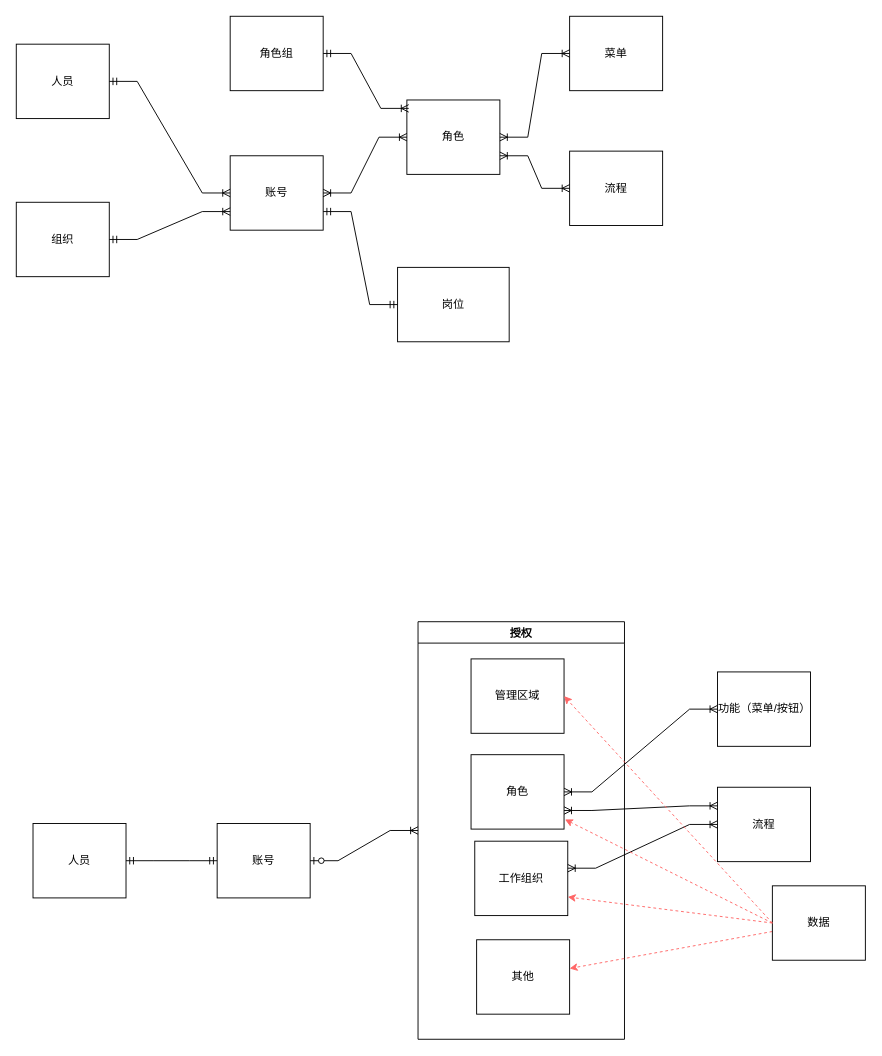
Above: page "当前4A角色模型" (3 of 7) of 4A基本数模型.drawio in 158698706/tt4a (draw.io), before the change. Source tidied: cells renumbered, new cells numbered last; positions are measured from the earlier drawing's top-left corner, leaving out a move shared by most shapes. Both pictures are drawn from the tidied source at 93%, with x=0, y=0 at pixel (16, 16).
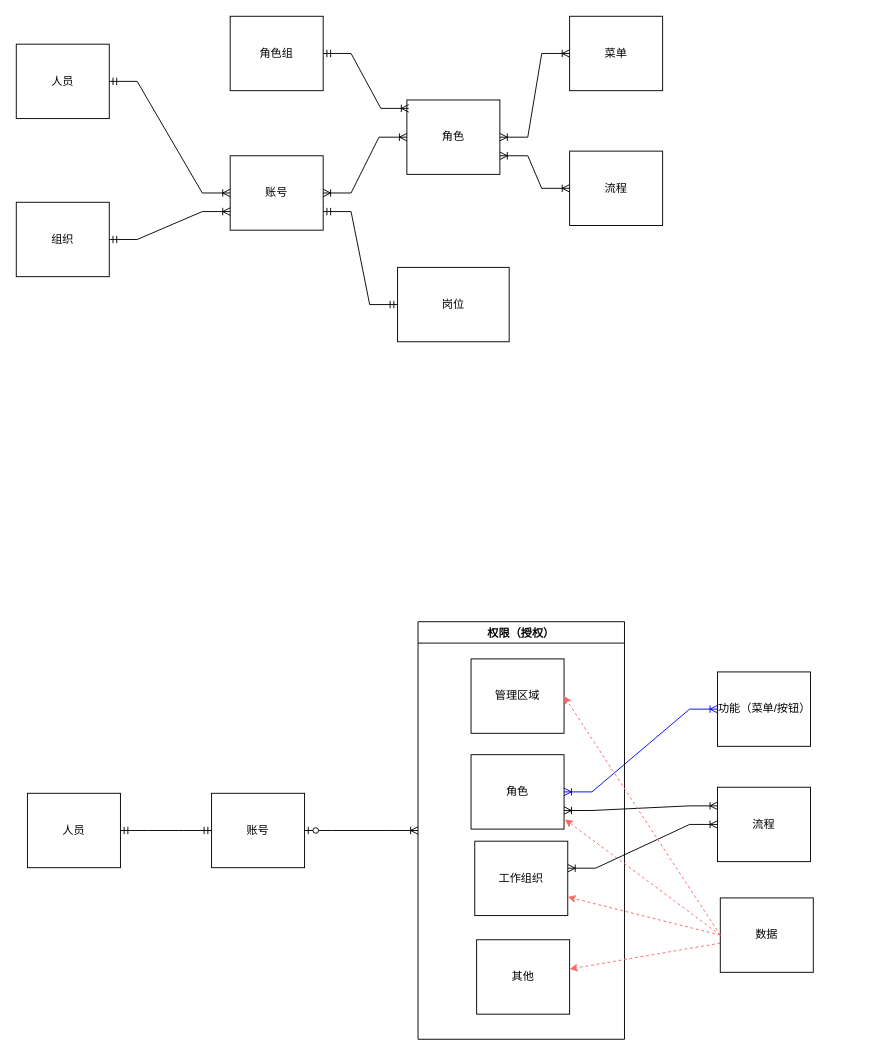
After the change.

Commit message:
更新4A基本数模型.drawio

The change refers to these unchanged cells:
```xml
<mxCell id="18" value="功能（菜单/按钮）" style="whiteSpace=wrap;html=1;align=center;" parent="1" vertex="1">
  <mxGeometry x="754" y="705" width="100" height="80" as="geometry" />
</mxCell>
<mxCell id="23" value="角色" style="whiteSpace=wrap;html=1;align=center;" parent="22" vertex="1">
  <mxGeometry x="57" y="143" width="100" height="80" as="geometry" />
</mxCell>
```

What changed in the source:
```diff
@@
     <mxCell id="17" value="账号" style="whiteSpace=wrap;html=1;align=center;" parent="1" vertex="1">
-      <mxGeometry x="216" y="868" width="100" height="80" as="geometry" />
+      <mxGeometry x="210" y="835.5" width="100" height="80" as="geometry" />
     </mxCell>
@@
-    <mxCell id="19" style="edgeStyle=entityRelationEdgeStyle;fontSize=12;html=1;endArrow=ERoneToMany;startArrow=ERoneToMany;rounded=0;exitX=1;exitY=0.5;exitDx=0;exitDy=0;entryX=0;entryY=0.5;entryDx=0;entryDy=0;" parent="1" edge="1" source="23" target="18">
+    <mxCell id="19" style="edgeStyle=entityRelationEdgeStyle;fontSize=12;html=1;endArrow=ERoneToMany;startArrow=ERoneToMany;rounded=0;exitX=1;exitY=0.5;exitDx=0;exitDy=0;entryX=0;entryY=0.5;entryDx=0;entryDy=0;strokeColor=#0000FF;" parent="1" edge="1" source="23" target="18">
       <mxGeometry relative="1" as="geometry" />
     </mxCell>
@@
-    <mxCell id="22" value="授权" style="swimlane;" parent="1" vertex="1">
+    <mxCell id="22" value="权限（授权）" style="swimlane;" parent="1" vertex="1">
       <mxGeometry x="432" y="651" width="222" height="449" as="geometry" />
     </mxCell>
@@
     <mxCell id="28" value="人员" style="whiteSpace=wrap;html=1;align=center;" parent="1" vertex="1">
-      <mxGeometry x="18" y="868" width="100" height="80" as="geometry" />
+      <mxGeometry x="12" y="835.5" width="100" height="80" as="geometry" />
     </mxCell>
@@
     <mxCell id="30" value="数据" style="whiteSpace=wrap;html=1;align=center;" parent="1" vertex="1">
-      <mxGeometry x="813" y="935" width="100" height="80" as="geometry" />
+      <mxGeometry x="757" y="948" width="100" height="80" as="geometry" />
     </mxCell>
```
